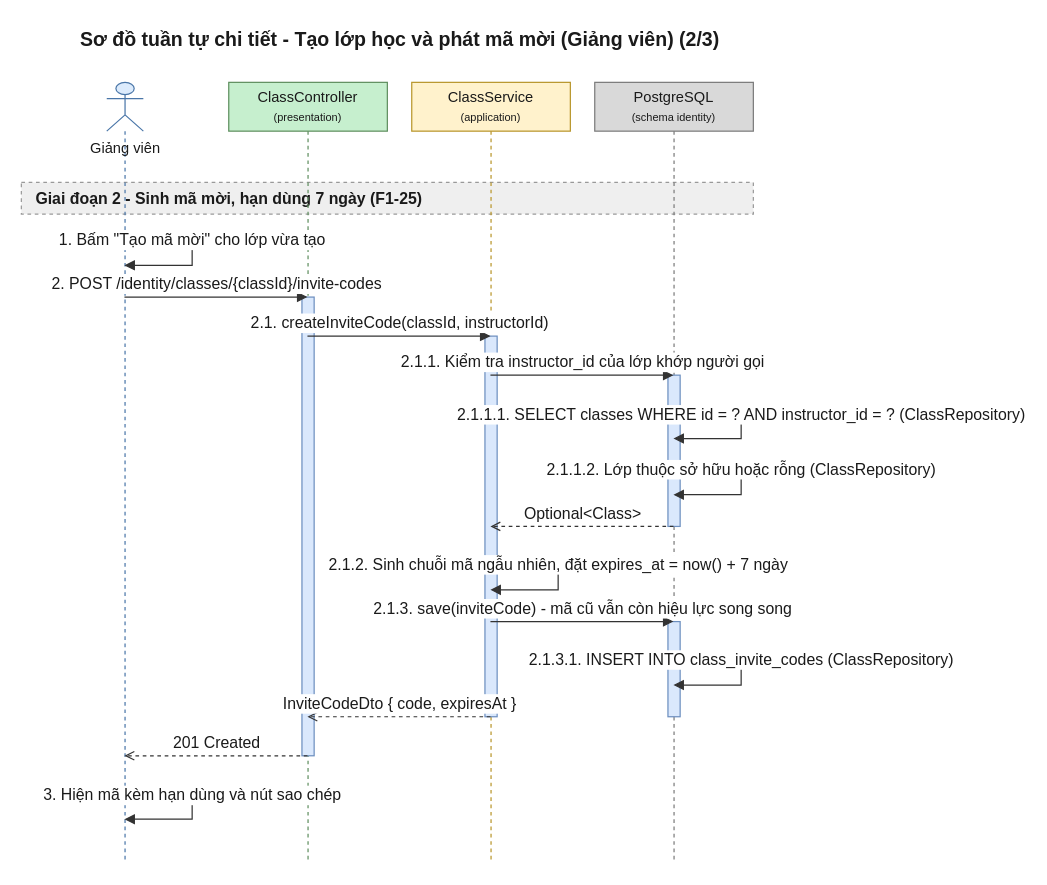
daiphu1801/PRJ_ALGOPREP keeps this draw.io diagram as 08-diagram/sequence/gv/sequence_gv_tao_lop_va_ma_moi_p2.drawio. Above is the earlier version. Source tidied: cells renumbered, new cells numbered last; positions are measured from the earlier drawing's top-left corner, leaving out a move shared by most shapes. Both pictures are drawn from the tidied source at 122%, with x=0, y=0 at pixel (21, 21).
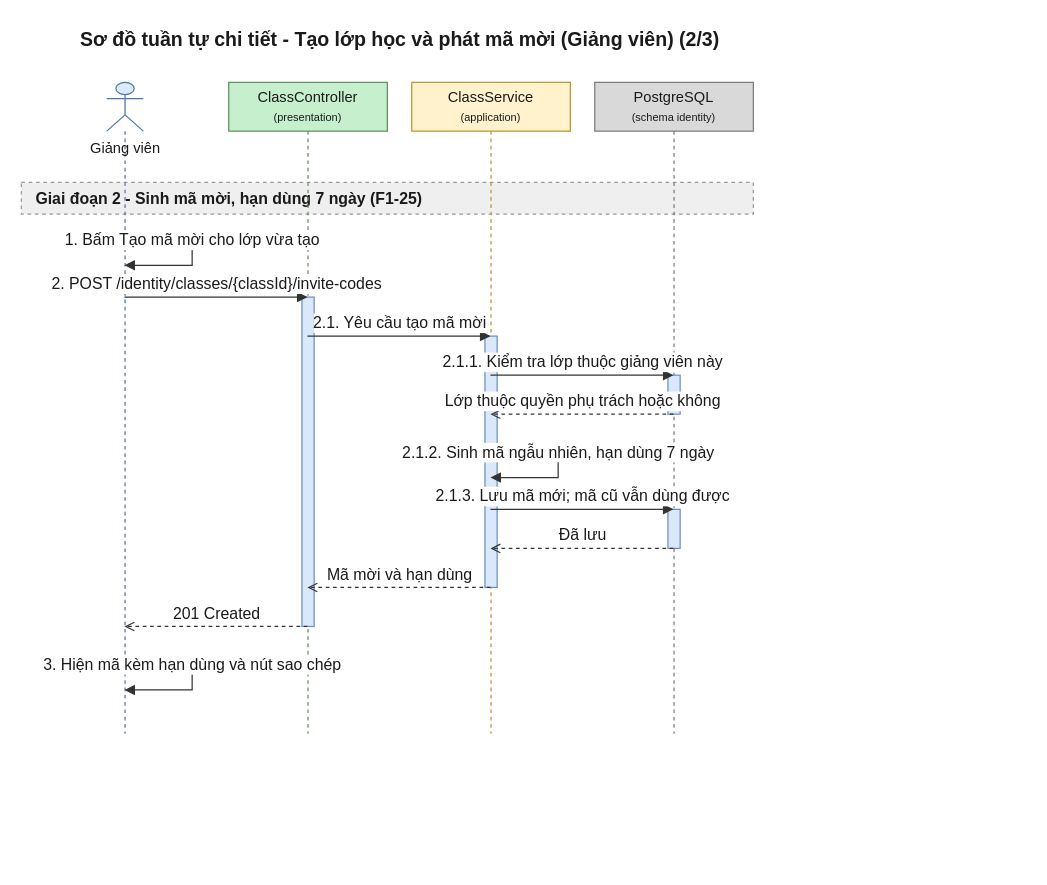
After the change.

Diff of the diagram source:
```diff
@@
     <mxCell id="4" value="Giảng viên" style="shape=umlLifeline;participant=umlActor;perimeter=lifelinePerimeter;html=1;outlineConnect=0;size=40;verticalAlign=top;spacingTop=40;fillColor=#DCEBFC;strokeColor=#4A76A8;fontColor=#1A1A1A;" parent="1" vertex="1">
-      <mxGeometry x="70" y="50" width="30" height="640" as="geometry" />
+      <mxGeometry x="70" y="50" width="30" height="534" as="geometry" />
     </mxCell>
     <mxCell id="5" value="ClassController&lt;br&gt;&lt;font style=&quot;font-size:9px&quot;&gt;(presentation)&lt;/font&gt;" style="shape=umlLifeline;perimeter=lifelinePerimeter;whiteSpace=wrap;html=1;outlineConnect=0;size=40;fillColor=#C6EFCE;strokeColor=#5E8E5E;fontColor=#1A1A1A;" parent="1" vertex="1">
-      <mxGeometry x="170" y="50" width="130" height="640" as="geometry" />
+      <mxGeometry x="170" y="50" width="130" height="534" as="geometry" />
     </mxCell>
     <mxCell id="6" value="ClassService&lt;br&gt;&lt;font style=&quot;font-size:9px&quot;&gt;(application)&lt;/font&gt;" style="shape=umlLifeline;perimeter=lifelinePerimeter;whiteSpace=wrap;html=1;outlineConnect=0;size=40;fillColor=#FFF2CC;strokeColor=#B8952A;fontColor=#1A1A1A;" parent="1" vertex="1">
-      <mxGeometry x="320" y="50" width="130" height="640" as="geometry" />
+      <mxGeometry x="320" y="50" width="130" height="534" as="geometry" />
     </mxCell>
     <mxCell id="7" value="PostgreSQL&lt;br&gt;&lt;font style=&quot;font-size:9px&quot;&gt;(schema identity)&lt;/font&gt;" style="shape=umlLifeline;perimeter=lifelinePerimeter;whiteSpace=wrap;html=1;outlineConnect=0;size=40;fillColor=#D9D9D9;strokeColor=#7A7A7A;fontColor=#1A1A1A;" parent="1" vertex="1">
-      <mxGeometry x="470" y="50" width="130" height="640" as="geometry" />
+      <mxGeometry x="470" y="50" width="130" height="534" as="geometry" />
     </mxCell>
     <mxCell id="8" style="html=1;perimeter=orthogonalPerimeter;targetShapes=umlLifeline;fillColor=#DAE8FC;strokeColor=#6C8EBF;" parent="7" vertex="1">
-      <mxGeometry x="60" y="240" width="10" height="124" as="geometry" />
+      <mxGeometry x="60" y="240" width="10" height="32" as="geometry" />
     </mxCell>
     <mxCell id="9" style="html=1;perimeter=orthogonalPerimeter;targetShapes=umlLifeline;fillColor=#DAE8FC;strokeColor=#6C8EBF;" parent="7" vertex="1">
-      <mxGeometry x="60" y="442" width="10" height="78" as="geometry" />
+      <mxGeometry x="60" y="350" width="10" height="32" as="geometry" />
     </mxCell>
     <mxCell id="10" style="html=1;perimeter=orthogonalPerimeter;targetShapes=umlLifeline;fillColor=#DAE8FC;strokeColor=#6C8EBF;" parent="6" vertex="1">
-      <mxGeometry x="60" y="208" width="10" height="312" as="geometry" />
+      <mxGeometry x="60" y="208" width="10" height="206" as="geometry" />
     </mxCell>
     <mxCell id="11" style="html=1;perimeter=orthogonalPerimeter;targetShapes=umlLifeline;fillColor=#DAE8FC;strokeColor=#6C8EBF;" parent="5" vertex="1">
-      <mxGeometry x="60" y="176" width="10" height="376" as="geometry" />
+      <mxGeometry x="60" y="176" width="10" height="270" as="geometry" />
     </mxCell>
-    <mxCell id="12" value="1. Bấm &quot;Tạo mã mời&quot; cho lớp vừa tạo" style="edgeStyle=orthogonalEdgeStyle;rounded=0;html=1;endArrow=block;endFill=1;strokeColor=#333333;fontColor=#1A1A1A;fontSize=13;verticalAlign=bottom;exitX=0.5;exitY=0.2031;exitDx=0;exitDy=0;entryX=0.5;entryY=0.2344;entryDx=0;entryDy=0;" parent="1" edge="1" source="4" target="4">
+    <mxCell id="12" value="1. Bấm Tạo mã mời cho lớp vừa tạo" style="edgeStyle=orthogonalEdgeStyle;rounded=0;html=1;endArrow=block;endFill=1;strokeColor=#333333;fontColor=#1A1A1A;fontSize=13;verticalAlign=bottom;exitX=0.5;exitY=0.2434;exitDx=0;exitDy=0;entryX=0.5;entryY=0.2809;entryDx=0;entryDy=0;" parent="1" edge="1" source="4" target="4">
       <mxGeometry relative="1" as="geometry">
         <Array as="points">
           <mxPoint x="140" y="180" />
           <mxPoint x="140" y="200" />
         </Array>
       </mxGeometry>
     </mxCell>
-    <mxCell id="13" value="2. POST /identity/classes/{classId}/invite-codes" style="edgeStyle=none;html=1;endArrow=block;endFill=1;strokeColor=#333333;fontColor=#1A1A1A;fontSize=13;verticalAlign=bottom;exitX=0.5;exitY=0.2750;exitDx=0;exitDy=0;entryX=0.5;entryY=0.2750;entryDx=0;entryDy=0;" parent="1" edge="1" source="4" target="5">
+    <mxCell id="13" value="2. POST /identity/classes/{classId}/invite-codes" style="edgeStyle=none;html=1;endArrow=block;endFill=1;strokeColor=#333333;fontColor=#1A1A1A;fontSize=13;verticalAlign=bottom;exitX=0.5;exitY=0.3296;exitDx=0;exitDy=0;entryX=0.5;entryY=0.3296;entryDx=0;entryDy=0;" parent="1" edge="1" source="4" target="5">
       <mxGeometry relative="1" as="geometry" />
     </mxCell>
-    <mxCell id="14" value="2.1. createInviteCode(classId, instructorId)" style="edgeStyle=none;html=1;endArrow=block;endFill=1;strokeColor=#333333;fontColor=#1A1A1A;fontSize=13;verticalAlign=bottom;exitX=0.5;exitY=0.3250;exitDx=0;exitDy=0;entryX=0.5;entryY=0.3250;entryDx=0;entryDy=0;" parent="1" edge="1" source="5" target="6">
+    <mxCell id="14" value="2.1. Yêu cầu tạo mã mời" style="edgeStyle=none;html=1;endArrow=block;endFill=1;strokeColor=#333333;fontColor=#1A1A1A;fontSize=13;verticalAlign=bottom;exitX=0.5;exitY=0.3895;exitDx=0;exitDy=0;entryX=0.5;entryY=0.3895;entryDx=0;entryDy=0;" parent="1" edge="1" source="5" target="6">
       <mxGeometry relative="1" as="geometry" />
     </mxCell>
-    <mxCell id="15" value="2.1.1. Kiểm tra instructor_id của lớp khớp người gọi" style="edgeStyle=none;html=1;endArrow=block;endFill=1;strokeColor=#333333;fontColor=#1A1A1A;fontSize=13;verticalAlign=bottom;exitX=0.5;exitY=0.3750;exitDx=0;exitDy=0;entryX=0.5;entryY=0.3750;entryDx=0;entryDy=0;" parent="1" edge="1" source="6" target="7">
+    <mxCell id="15" value="2.1.1. Kiểm tra lớp thuộc giảng viên này" style="edgeStyle=none;html=1;endArrow=block;endFill=1;strokeColor=#333333;fontColor=#1A1A1A;fontSize=13;verticalAlign=bottom;exitX=0.5;exitY=0.4494;exitDx=0;exitDy=0;entryX=0.5;entryY=0.4494;entryDx=0;entryDy=0;" parent="1" edge="1" source="6" target="7">
       <mxGeometry relative="1" as="geometry" />
     </mxCell>
-    <mxCell id="16" value="2.1.1.1. SELECT classes WHERE id = ? AND instructor_id = ? (ClassRepository)" style="edgeStyle=orthogonalEdgeStyle;rounded=0;html=1;endArrow=block;endFill=1;strokeColor=#333333;fontColor=#1A1A1A;fontSize=13;verticalAlign=bottom;exitX=0.5;exitY=0.4250;exitDx=0;exitDy=0;entryX=0.5;entryY=0.4562;entryDx=0;entryDy=0;" parent="1" edge="1" source="7" target="7">
-      <mxGeometry relative="1" as="geometry">
-        <Array as="points">
-          <mxPoint x="590" y="322" />
-          <mxPoint x="590" y="342" />
-        </Array>
-      </mxGeometry>
+    <mxCell id="16" value="Lớp thuộc quyền phụ trách hoặc không" style="edgeStyle=none;html=1;endArrow=open;endFill=0;dashed=1;strokeColor=#333333;fontColor=#1A1A1A;fontSize=13;verticalAlign=bottom;exitX=0.5;exitY=0.5094;exitDx=0;exitDy=0;entryX=0.5;entryY=0.5094;entryDx=0;entryDy=0;" parent="1" edge="1" source="7" target="6">
+      <mxGeometry relative="1" as="geometry" />
     </mxCell>
-    <mxCell id="17" value="2.1.1.2. Lớp thuộc sở hữu hoặc rỗng (ClassRepository)" style="edgeStyle=orthogonalEdgeStyle;rounded=0;html=1;endArrow=block;endFill=1;strokeColor=#333333;fontColor=#1A1A1A;fontSize=13;verticalAlign=bottom;exitX=0.5;exitY=0.4969;exitDx=0;exitDy=0;entryX=0.5;entryY=0.5281;entryDx=0;entryDy=0;" parent="1" edge="1" source="7" target="7">
+    <mxCell id="17" value="2.1.2. Sinh mã ngẫu nhiên, hạn dùng 7 ngày" style="edgeStyle=orthogonalEdgeStyle;rounded=0;html=1;endArrow=block;endFill=1;strokeColor=#333333;fontColor=#1A1A1A;fontSize=13;verticalAlign=bottom;exitX=0.5;exitY=0.5693;exitDx=0;exitDy=0;entryX=0.5;entryY=0.6067;entryDx=0;entryDy=0;" parent="1" edge="1" source="6" target="6">
       <mxGeometry relative="1" as="geometry">
         <Array as="points">
-          <mxPoint x="590" y="368" />
-          <mxPoint x="590" y="388" />
+          <mxPoint x="440" y="354" />
+          <mxPoint x="440" y="374" />
         </Array>
       </mxGeometry>
     </mxCell>
-    <mxCell id="18" value="Optional&amp;lt;Class&amp;gt;" style="edgeStyle=none;html=1;endArrow=open;endFill=0;dashed=1;strokeColor=#333333;fontColor=#1A1A1A;fontSize=13;verticalAlign=bottom;exitX=0.5;exitY=0.5687;exitDx=0;exitDy=0;entryX=0.5;entryY=0.5687;entryDx=0;entryDy=0;" parent="1" edge="1" source="7" target="6">
+    <mxCell id="18" value="2.1.3. Lưu mã mới; mã cũ vẫn dùng được" style="edgeStyle=none;html=1;endArrow=block;endFill=1;strokeColor=#333333;fontColor=#1A1A1A;fontSize=13;verticalAlign=bottom;exitX=0.5;exitY=0.6554;exitDx=0;exitDy=0;entryX=0.5;entryY=0.6554;entryDx=0;entryDy=0;" parent="1" edge="1" source="6" target="7">
       <mxGeometry relative="1" as="geometry" />
     </mxCell>
-    <mxCell id="19" value="2.1.2. Sinh chuỗi mã ngẫu nhiên, đặt expires_at = now() + 7 ngày" style="edgeStyle=orthogonalEdgeStyle;rounded=0;html=1;endArrow=block;endFill=1;strokeColor=#333333;fontColor=#1A1A1A;fontSize=13;verticalAlign=bottom;exitX=0.5;exitY=0.6188;exitDx=0;exitDy=0;entryX=0.5;entryY=0.6500;entryDx=0;entryDy=0;" parent="1" edge="1" source="6" target="6">
-      <mxGeometry relative="1" as="geometry">
-        <Array as="points">
-          <mxPoint x="440" y="446" />
-          <mxPoint x="440" y="466" />
-        </Array>
-      </mxGeometry>
+    <mxCell id="19" value="Đã lưu" style="edgeStyle=none;html=1;endArrow=open;endFill=0;dashed=1;strokeColor=#333333;fontColor=#1A1A1A;fontSize=13;verticalAlign=bottom;exitX=0.5;exitY=0.7154;exitDx=0;exitDy=0;entryX=0.5;entryY=0.7154;entryDx=0;entryDy=0;" parent="1" edge="1" source="7" target="6">
+      <mxGeometry relative="1" as="geometry" />
     </mxCell>
-    <mxCell id="20" value="2.1.3. save(inviteCode) - mã cũ vẫn còn hiệu lực song song" style="edgeStyle=none;html=1;endArrow=block;endFill=1;strokeColor=#333333;fontColor=#1A1A1A;fontSize=13;verticalAlign=bottom;exitX=0.5;exitY=0.6906;exitDx=0;exitDy=0;entryX=0.5;entryY=0.6906;entryDx=0;entryDy=0;" parent="1" edge="1" source="6" target="7">
+    <mxCell id="20" value="Mã mời và hạn dùng" style="edgeStyle=none;html=1;endArrow=open;endFill=0;dashed=1;strokeColor=#333333;fontColor=#1A1A1A;fontSize=13;verticalAlign=bottom;exitX=0.5;exitY=0.7753;exitDx=0;exitDy=0;entryX=0.5;entryY=0.7753;entryDx=0;entryDy=0;" parent="1" edge="1" source="6" target="5">
       <mxGeometry relative="1" as="geometry" />
     </mxCell>
-    <mxCell id="21" value="2.1.3.1. INSERT INTO class_invite_codes (ClassRepository)" style="edgeStyle=orthogonalEdgeStyle;rounded=0;html=1;endArrow=block;endFill=1;strokeColor=#333333;fontColor=#1A1A1A;fontSize=13;verticalAlign=bottom;exitX=0.5;exitY=0.7406;exitDx=0;exitDy=0;entryX=0.5;entryY=0.7719;entryDx=0;entryDy=0;" parent="1" edge="1" source="7" target="7">
-      <mxGeometry relative="1" as="geometry">
-        <Array as="points">
-          <mxPoint x="590" y="524" />
-          <mxPoint x="590" y="544" />
-        </Array>
-      </mxGeometry>
+    <mxCell id="21" value="201 Created" style="edgeStyle=none;html=1;endArrow=open;endFill=0;dashed=1;strokeColor=#333333;fontColor=#1A1A1A;fontSize=13;verticalAlign=bottom;exitX=0.5;exitY=0.8352;exitDx=0;exitDy=0;entryX=0.5;entryY=0.8352;entryDx=0;entryDy=0;" parent="1" edge="1" source="5" target="4">
+      <mxGeometry relative="1" as="geometry" />
     </mxCell>
-    <mxCell id="22" value="InviteCodeDto { code, expiresAt }" style="edgeStyle=none;html=1;endArrow=open;endFill=0;dashed=1;strokeColor=#333333;fontColor=#1A1A1A;fontSize=13;verticalAlign=bottom;exitX=0.5;exitY=0.8125;exitDx=0;exitDy=0;entryX=0.5;entryY=0.8125;entryDx=0;entryDy=0;" parent="1" edge="1" source="6" target="5">
-      <mxGeometry relative="1" as="geometry" />
+    <mxCell id="22" value="3. Hiện mã kèm hạn dùng và nút sao chép" style="edgeStyle=orthogonalEdgeStyle;rounded=0;html=1;endArrow=block;endFill=1;strokeColor=#333333;fontColor=#1A1A1A;fontSize=13;verticalAlign=bottom;exitX=0.5;exitY=0.8951;exitDx=0;exitDy=0;entryX=0.5;entryY=0.9326;entryDx=0;entryDy=0;" parent="1" edge="1" source="4" target="4">
+      <mxGeometry relative="1" as="geometry">
+        <Array as="points">
+          <mxPoint x="140" y="528" />
+          <mxPoint x="140" y="548" />
+        </Array>
+      </mxGeometry>
     </mxCell>
-    <mxCell id="23" value="201 Created" style="edgeStyle=none;html=1;endArrow=open;endFill=0;dashed=1;strokeColor=#333333;fontColor=#1A1A1A;fontSize=13;verticalAlign=bottom;exitX=0.5;exitY=0.8625;exitDx=0;exitDy=0;entryX=0.5;entryY=0.8625;entryDx=0;entryDy=0;" parent="1" edge="1" source="5" target="4">
-      <mxGeometry relative="1" as="geometry" />
-    </mxCell>
-    <mxCell id="24" value="3. Hiện mã kèm hạn dùng và nút sao chép" style="edgeStyle=orthogonalEdgeStyle;rounded=0;html=1;endArrow=block;endFill=1;strokeColor=#333333;fontColor=#1A1A1A;fontSize=13;verticalAlign=bottom;exitX=0.5;exitY=0.9125;exitDx=0;exitDy=0;entryX=0.5;entryY=0.9437;entryDx=0;entryDy=0;" parent="1" edge="1" source="4" target="4">
-      <mxGeometry relative="1" as="geometry">
-        <Array as="points">
-          <mxPoint x="140" y="634" />
-          <mxPoint x="140" y="654" />
-        </Array>
-      </mxGeometry>
-    </mxCell>
```
